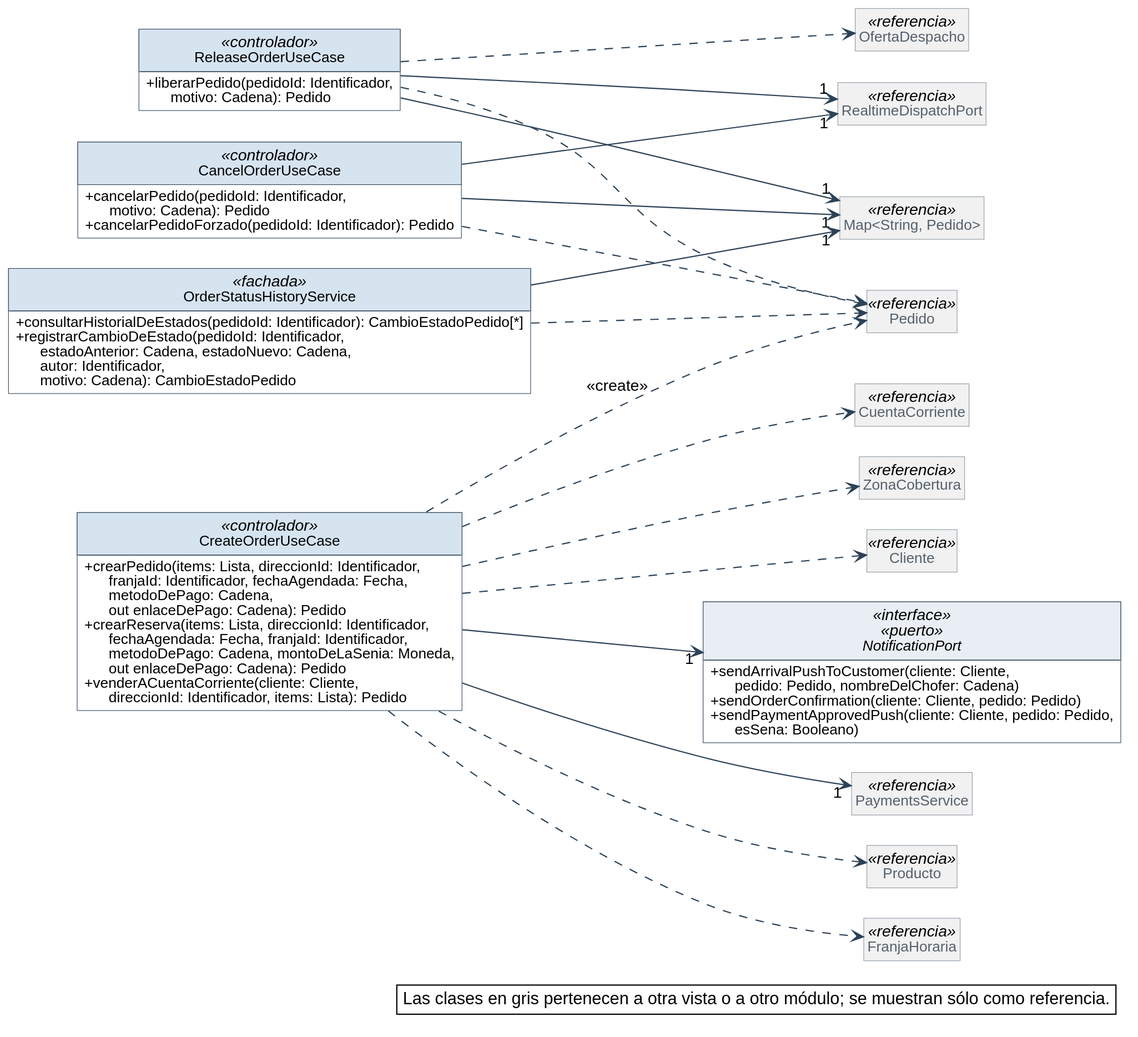
The PlantUML diagram diagramas/clases-diseno/DC_Mod_Pedidos-alta.svg in Nahuelito-Dev/splg-docs, before a commit. Its diagram source:
```plantuml
@startuml
skinparam backgroundColor #FFFFFF
skinparam shadowing false
skinparam defaultFontName Helvetica
skinparam defaultFontSize 13
skinparam dpi 150
skinparam nodesep 40
skinparam ranksep 55
skinparam classAttributeIconSize 0
skinparam roundCorner 0
skinparam genericDisplay old
skinparam class {
  BorderColor #2C4257
  BackgroundColor #FFFFFF
  ArrowColor #2C4257
  FontSize 14
  AttributeFontSize 12
  HeaderBackgroundColor #E8EEF3
}
skinparam class<<referencia>> {
  BackgroundColor #F1F1F1
  BorderColor #8A97A3
  FontColor #55616C
}
skinparam class<<fachada>> {
  HeaderBackgroundColor #D6E4F0
}
skinparam class<<controlador>> {
  HeaderBackgroundColor #D6E4F0
}
skinparam class<<fabricación pura>> {
  HeaderBackgroundColor #F3E9CF
}
skinparam class<<colección>> {
  HeaderBackgroundColor #E6E6E6
}
skinparam class<<adaptador>> {
  HeaderBackgroundColor #DCEBDD
}
skinparam interface {
  BorderColor #2C4257
  BackgroundColor #FFFFFF
  HeaderBackgroundColor #DCEBDD
  FontSize 14
  AttributeFontSize 12
}
skinparam note {
  BackgroundColor #FFFFFF
  BorderColor #2C4257
}
skinparam packageStyle rectangle
skinparam package {
  BorderColor #8A97A3
  FontSize 13
  FontColor #55616C
}
hide circle
hide empty members

left to right direction
skinparam nodesep 25
skinparam ranksep 90
class CreateOrderUseCase <<controlador>> {
  + crearPedido(items: Lista, direccionId: Identificador,\n      franjaId: Identificador, fechaAgendada: Fecha,\n      metodoDePago: Cadena,\n      out enlaceDePago: Cadena): Pedido
  + crearReserva(items: Lista, direccionId: Identificador,\n      fechaAgendada: Fecha, franjaId: Identificador,\n      metodoDePago: Cadena, montoDeLaSenia: Moneda,\n      out enlaceDePago: Cadena): Pedido
  + venderACuentaCorriente(cliente: Cliente,\n      direccionId: Identificador, items: Lista): Pedido
}
class CancelOrderUseCase <<controlador>> {
  + cancelarPedido(pedidoId: Identificador,\n      motivo: Cadena): Pedido
  + cancelarPedidoForzado(pedidoId: Identificador): Pedido
}
class ReleaseOrderUseCase <<controlador>> {
  + liberarPedido(pedidoId: Identificador,\n      motivo: Cadena): Pedido
}
interface NotificationPort <<interface>> <<puerto>> {
  + sendArrivalPushToCustomer(cliente: Cliente,\n      pedido: Pedido, nombreDelChofer: Cadena)
  + sendOrderConfirmation(cliente: Cliente, pedido: Pedido)
  + sendPaymentApprovedPush(cliente: Cliente, pedido: Pedido,\n      esSena: Booleano)
}
class OrderStatusHistoryService <<fachada>> {
  + consultarHistorialDeEstados(pedidoId: Identificador): CambioEstadoPedido[*]
  + registrarCambioDeEstado(pedidoId: Identificador,\n      estadoAnterior: Cadena, estadoNuevo: Cadena,\n      autor: Identificador,\n      motivo: Cadena): CambioEstadoPedido
}
class "Map<String, Pedido>" as Map_String_Pedido <<referencia>>
class RealtimeDispatchPort <<referencia>>
class PaymentsService <<referencia>>
class Pedido <<referencia>>
class Cliente <<referencia>>
class Producto <<referencia>>
class FranjaHoraria <<referencia>>
class OfertaDespacho <<referencia>>
class CuentaCorriente <<referencia>>
class ZonaCobertura <<referencia>>

CancelOrderUseCase --> "1" Map_String_Pedido
CancelOrderUseCase --> "1" RealtimeDispatchPort
CreateOrderUseCase --> "1" NotificationPort
CreateOrderUseCase --> "1" PaymentsService
OrderStatusHistoryService --> "1" Map_String_Pedido
ReleaseOrderUseCase --> "1" Map_String_Pedido
ReleaseOrderUseCase --> "1" RealtimeDispatchPort
CancelOrderUseCase ..> Pedido
CreateOrderUseCase ..> Cliente
CreateOrderUseCase ..> CuentaCorriente
CreateOrderUseCase ..> FranjaHoraria
CreateOrderUseCase ..> Pedido : <<create>>
CreateOrderUseCase ..> Producto
CreateOrderUseCase ..> ZonaCobertura
OrderStatusHistoryService ..> Pedido
ReleaseOrderUseCase ..> OfertaDespacho
ReleaseOrderUseCase ..> Pedido

legend bottom right
  Las clases en gris pertenecen a otra vista o a otro módulo; se muestran sólo como referencia.
endlegend
@enduml
```
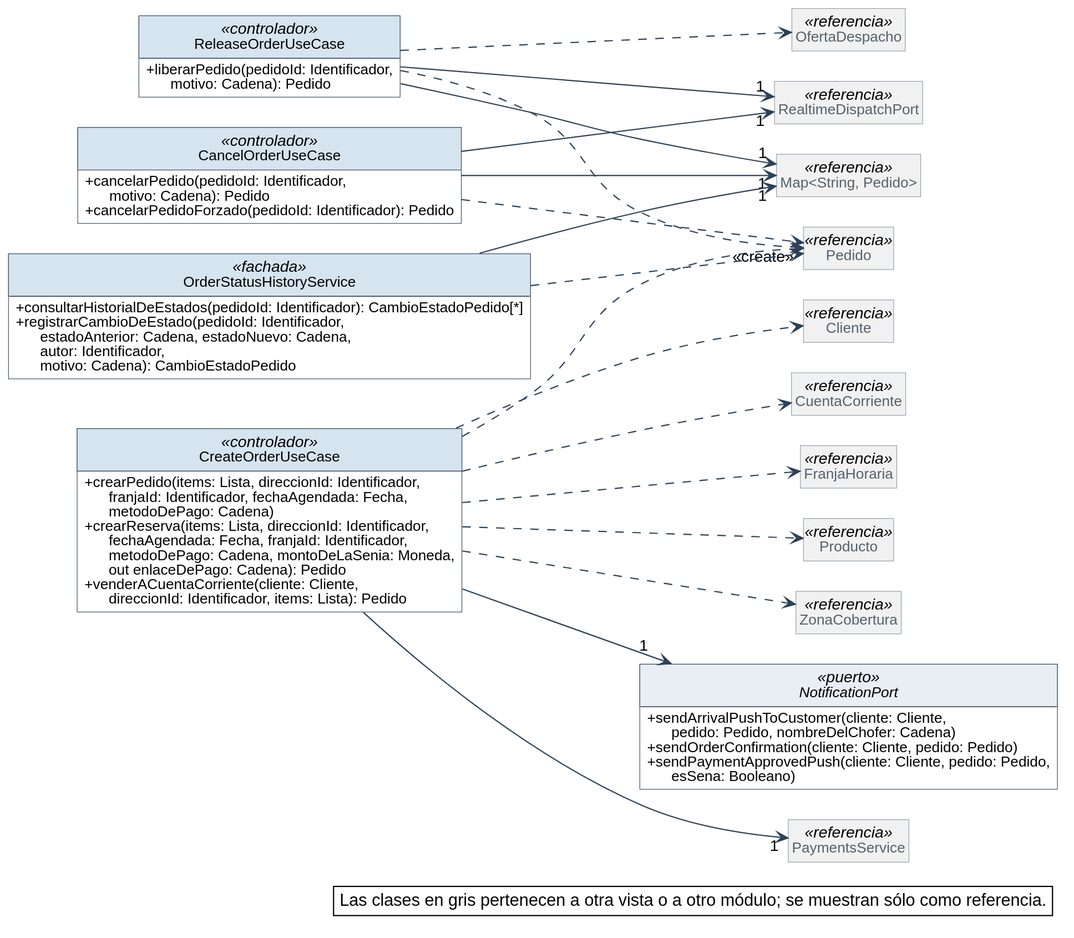
The same file after the commit.

The edit, as a diff of the source:
```diff
@@ -61,7 +61,7 @@
 skinparam nodesep 25
 skinparam ranksep 90
 class CreateOrderUseCase <<controlador>> {
-  + crearPedido(items: Lista, direccionId: Identificador,\n      franjaId: Identificador, fechaAgendada: Fecha,\n      metodoDePago: Cadena,\n      out enlaceDePago: Cadena): Pedido
+  + crearPedido(items: Lista, direccionId: Identificador,\n      franjaId: Identificador, fechaAgendada: Fecha,\n      metodoDePago: Cadena)
   + crearReserva(items: Lista, direccionId: Identificador,\n      fechaAgendada: Fecha, franjaId: Identificador,\n      metodoDePago: Cadena, montoDeLaSenia: Moneda,\n      out enlaceDePago: Cadena): Pedido
   + venderACuentaCorriente(cliente: Cliente,\n      direccionId: Identificador, items: Lista): Pedido
 }
@@ -72,7 +72,7 @@
 class ReleaseOrderUseCase <<controlador>> {
   + liberarPedido(pedidoId: Identificador,\n      motivo: Cadena): Pedido
 }
-interface NotificationPort <<interface>> <<puerto>> {
+interface NotificationPort <<puerto>> {
   + sendArrivalPushToCustomer(cliente: Cliente,\n      pedido: Pedido, nombreDelChofer: Cadena)
   + sendOrderConfirmation(cliente: Cliente, pedido: Pedido)
   + sendPaymentApprovedPush(cliente: Cliente, pedido: Pedido,\n      esSena: Booleano)
@@ -86,11 +86,11 @@
 class PaymentsService <<referencia>>
 class Pedido <<referencia>>
 class Cliente <<referencia>>
+class CuentaCorriente <<referencia>>
+class FranjaHoraria <<referencia>>
 class Producto <<referencia>>
-class FranjaHoraria <<referencia>>
+class ZonaCobertura <<referencia>>
 class OfertaDespacho <<referencia>>
-class CuentaCorriente <<referencia>>
-class ZonaCobertura <<referencia>>
 
 CancelOrderUseCase --> "1" Map_String_Pedido
 CancelOrderUseCase --> "1" RealtimeDispatchPort
@@ -103,7 +103,7 @@
 CreateOrderUseCase ..> Cliente
 CreateOrderUseCase ..> CuentaCorriente
 CreateOrderUseCase ..> FranjaHoraria
-CreateOrderUseCase ..> Pedido : <<create>>
+CreateOrderUseCase ..> "<<create>>" Pedido
 CreateOrderUseCase ..> Producto
 CreateOrderUseCase ..> ZonaCobertura
 OrderStatusHistoryService ..> Pedido
```
